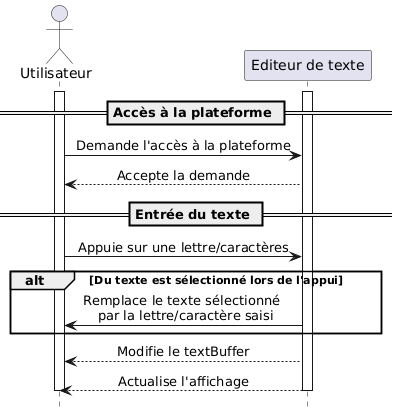
AquaBx/text-editor keeps this PlantUML diagram as V1/conception/diagramme-sequence/sequence-ecrire/ecrire.png. Above is the earlier version. The source it was exported from:
```plantuml
@startuml
hide footbox
skinparam sequenceMessageAlign center

actor Utilisateur
participant "Editeur de texte"

activate Utilisateur
activate "Editeur de texte"

== Accès à la plateforme ==

Utilisateur -> "Editeur de texte": Demande l'accès à la plateforme
Utilisateur <-- "Editeur de texte": Accepte la demande

== Entrée du texte ==

Utilisateur -> "Editeur de texte": Appuie sur une lettre/caractères

alt Du texte est sélectionné lors de l'appui
  Utilisateur <- "Editeur de texte": Remplace le texte sélectionné \n par la lettre/caractère saisi
end

Utilisateur <-- "Editeur de texte": Modifie le textBuffer
Utilisateur <-- "Editeur de texte": Actualise l'affichage

deactivate Utilisateur
deactivate "Editeur de texte"
@enduml
```
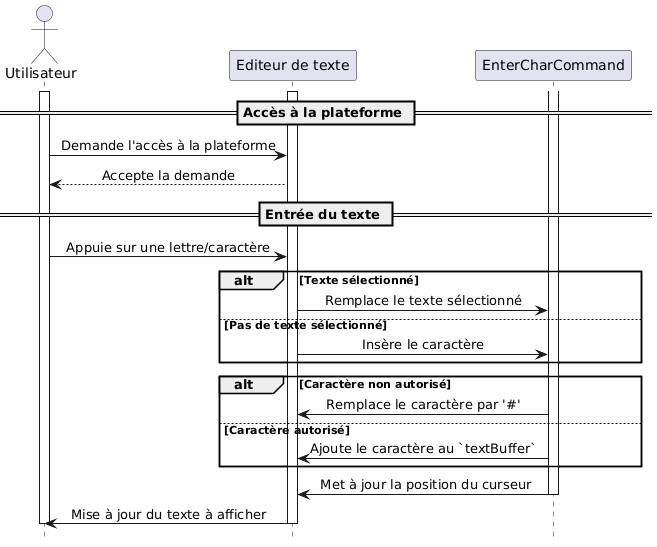
After the commit.

Diff of the diagram source:
```diff
@@ -4,6 +4,7 @@
 
 actor Utilisateur
 participant "Editeur de texte"
+participant "EnterCharCommand"
 
 activate Utilisateur
 activate "Editeur de texte"
@@ -15,14 +16,26 @@
 
 == Entrée du texte ==
 
-Utilisateur -> "Editeur de texte": Appuie sur une lettre/caractères
+Utilisateur -> "Editeur de texte": Appuie sur une lettre/caractère
 
-alt Du texte est sélectionné lors de l'appui
-  Utilisateur <- "Editeur de texte": Remplace le texte sélectionné \n par la lettre/caractère saisi
+alt Texte sélectionné
+  "Editeur de texte" -> "EnterCharCommand": Remplace le texte sélectionné
+else Pas de texte sélectionné
+  "Editeur de texte" -> "EnterCharCommand": Insère le caractère
 end
 
-Utilisateur <-- "Editeur de texte": Modifie le textBuffer
-Utilisateur <-- "Editeur de texte": Actualise l'affichage
+activate "EnterCharCommand"
+
+alt Caractère non autorisé
+  "EnterCharCommand" -> "Editeur de texte": Remplace le caractère par '#'
+else Caractère autorisé
+  "EnterCharCommand" -> "Editeur de texte": Ajoute le caractère au `textBuffer`
+end
+
+"EnterCharCommand" -> "Editeur de texte": Met à jour la position du curseur
+deactivate "EnterCharCommand"
+
+"Editeur de texte" -> Utilisateur: Mise à jour du texte à afficher
 
 deactivate Utilisateur
 deactivate "Editeur de texte"
```
